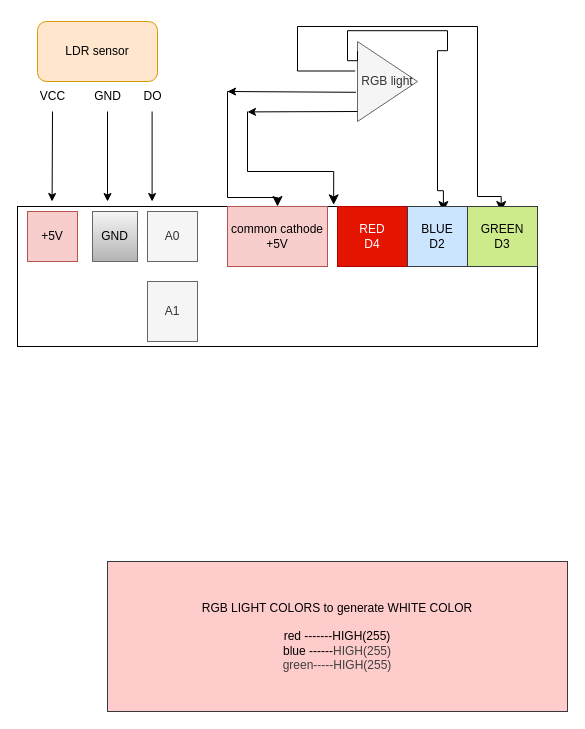
Above: diagram.drawio in shirshadip/AutomaticLamp (draw.io), before the change. Source tidied: cells renumbered, new cells numbered last; positions are measured from the earlier drawing's top-left corner, leaving out a move shared by most shapes. Both pictures are drawn from the tidied source at 100%, with x=0, y=0 at pixel (17, 21).
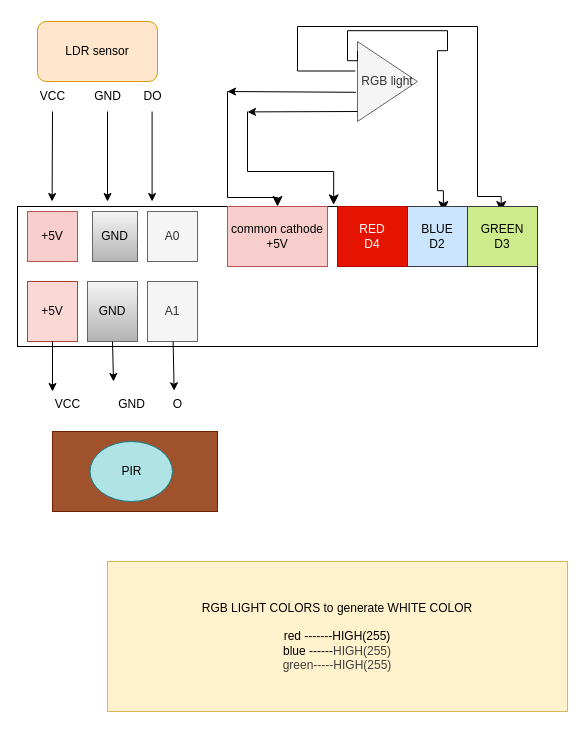
After the change.

Commit message:
making diagram

The change refers to these unchanged cells:
```xml
<mxCell id="25" value="A1" style="whiteSpace=wrap;html=1;fillColor=#f5f5f5;fontColor=#333333;strokeColor=#666666;" parent="1" vertex="1">
  <mxGeometry x="130" y="260" width="50" height="60" as="geometry" />
</mxCell>
```

What changed in the source:
```diff
@@
-    <mxCell id="24" value="RGB LIGHT COLORS to generate WHITE COLOR&lt;div&gt;&lt;br&gt;&lt;/div&gt;&lt;div&gt;red -------HIGH(255)&lt;/div&gt;&lt;div&gt;blue ------&lt;span style=&quot;color: rgb(63, 63, 63); background-color: transparent;&quot;&gt;HIGH(255)&lt;/span&gt;&lt;/div&gt;&lt;div&gt;&lt;span style=&quot;color: rgb(63, 63, 63); background-color: transparent;&quot;&gt;green-----&lt;/span&gt;&lt;span style=&quot;color: rgb(63, 63, 63); background-color: transparent;&quot;&gt;HIGH(255)&lt;/span&gt;&lt;/div&gt;" style="text;html=1;align=center;verticalAlign=middle;whiteSpace=wrap;rounded=0;fillColor=#ffcccc;strokeColor=#36393d;" parent="1" vertex="1">
+    <mxCell id="24" value="RGB LIGHT COLORS to generate WHITE COLOR&lt;div&gt;&lt;br&gt;&lt;/div&gt;&lt;div&gt;red -------HIGH(255)&lt;/div&gt;&lt;div&gt;blue ------&lt;span style=&quot;color: rgb(63, 63, 63); background-color: transparent;&quot;&gt;HIGH(255)&lt;/span&gt;&lt;/div&gt;&lt;div&gt;&lt;span style=&quot;color: rgb(63, 63, 63); background-color: transparent;&quot;&gt;green-----&lt;/span&gt;&lt;span style=&quot;color: rgb(63, 63, 63); background-color: transparent;&quot;&gt;HIGH(255)&lt;/span&gt;&lt;/div&gt;" style="text;html=1;align=center;verticalAlign=middle;whiteSpace=wrap;rounded=0;fillColor=#fff2cc;strokeColor=#d6b656;" parent="1" vertex="1">
       <mxGeometry x="90" y="540" width="460" height="150" as="geometry" />
     </mxCell>
@@
+    <mxCell id="26" value="GND" style="whiteSpace=wrap;html=1;fillColor=#f5f5f5;strokeColor=#666666;gradientColor=#b3b3b3;" parent="1" vertex="1">
+      <mxGeometry x="70" y="260" width="50" height="60" as="geometry" />
+    </mxCell>
+    <mxCell id="27" value="+5V" style="whiteSpace=wrap;html=1;fillColor=#fad9d5;strokeColor=#ae4132;" parent="1" vertex="1">
+      <mxGeometry x="10" y="260" width="50" height="60" as="geometry" />
+    </mxCell>
+    <mxCell id="28" style="rounded=0;whiteSpace=wrap;html=1;fillColor=#a0522d;fontColor=#ffffff;strokeColor=#6D1F00;" parent="1" vertex="1">
+      <mxGeometry x="35" y="410" width="165" height="80" as="geometry" />
+    </mxCell>
+    <mxCell id="29" value="PIR" style="ellipse;whiteSpace=wrap;html=1;fillColor=#b0e3e6;strokeColor=#0e8088;" parent="1" vertex="1">
+      <mxGeometry x="72.5" y="420" width="82.5" height="60" as="geometry" />
+    </mxCell>
+    <mxCell id="30" value="VCC" style="text;html=1;align=center;verticalAlign=middle;points=[];strokeColor=none;fillColor=none;" parent="1" vertex="1">
+      <mxGeometry x="25" y="368" width="50" height="30" as="geometry" />
+    </mxCell>
+    <mxCell id="31" value="GND" style="text;html=1;align=center;verticalAlign=middle;strokeColor=none;fillColor=none;" parent="1" vertex="1">
+      <mxGeometry x="88.8" y="368" width="50" height="30" as="geometry" />
+    </mxCell>
+    <mxCell id="32" value="O" style="text;html=1;align=center;verticalAlign=middle;points=[];strokeColor=none;fillColor=none;" parent="1" vertex="1">
+      <mxGeometry x="145" y="368" width="30" height="30" as="geometry" />
+    </mxCell>
+    <mxCell id="33" style="edgeStyle=none;html=1;entryX=0.388;entryY=0.043;entryDx=0;entryDy=0;entryPerimeter=0;" parent="1" edge="1" source="25" target="32">
+      <mxGeometry relative="1" as="geometry" />
+    </mxCell>
+    <mxCell id="34" style="edgeStyle=none;html=1;exitX=0.5;exitY=1;exitDx=0;exitDy=0;" parent="1" edge="1" source="26">
+      <mxGeometry relative="1" as="geometry">
+        <mxPoint x="96" y="360" as="targetPoint" />
+      </mxGeometry>
+    </mxCell>
+    <mxCell id="35" style="edgeStyle=none;html=1;exitX=0.5;exitY=1;exitDx=0;exitDy=0;entryX=0.2;entryY=0.067;entryDx=0;entryDy=0;entryPerimeter=0;" parent="1" edge="1" source="27" target="30">
+      <mxGeometry relative="1" as="geometry" />
+    </mxCell>
```
